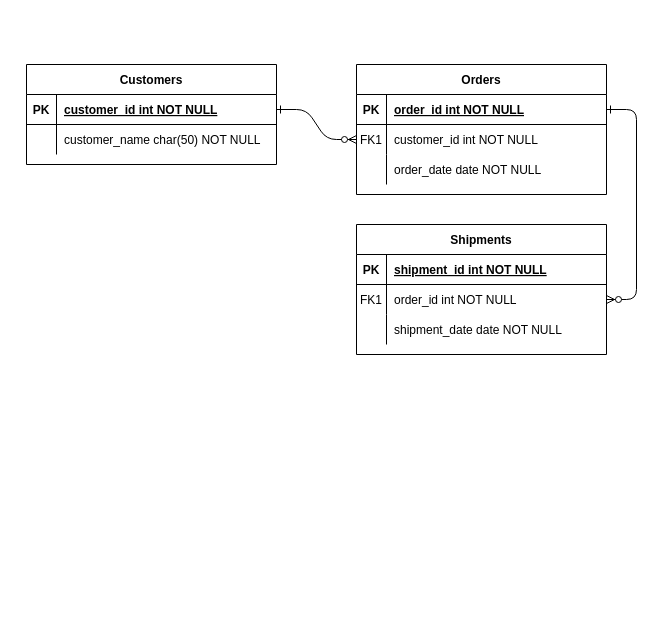
The draw.io diagram 주특기 숙련주차 과제2/제목 없는 다이어그램.drawio in misracis2/hanghae99, before the edit. Source tidied: cells renumbered, new cells numbered last; positions are measured from the earlier drawing's top-left corner, leaving out a move shared by most shapes. Both pictures are drawn from the tidied source at 100%, with x=0, y=0 at pixel (26, 64).
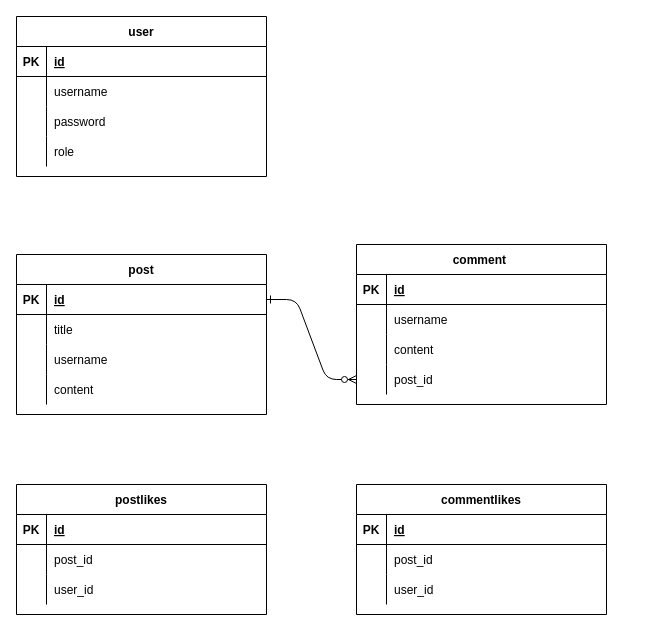
The same diagram, later.

Commit message:
주특기 주차 과제 ERD

The change refers to these unchanged cells:
```xml
<mxCell id="5" style="shape=partialRectangle;fillColor=none;points=[[0,0.5],[1,0.5]];portConstraint=eastwest;top=0;left=0;right=0;bottom=1;" parent="4" vertex="1">
  <mxGeometry y="30" width="250" height="30" as="geometry" />
</mxCell>
<mxCell id="8" style="shape=partialRectangle;fillColor=none;points=[[0,0.5],[1,0.5]];portConstraint=eastwest;top=0;left=0;right=0;bottom=0;" parent="4" vertex="1">
  <mxGeometry y="60" width="250" height="30" as="geometry" />
</mxCell>
<mxCell id="11" style="shape=partialRectangle;fillColor=none;top=0;left=0;right=0;bottom=0;" parent="4" vertex="1">
  <mxGeometry y="90" width="250" height="30" as="geometry" />
</mxCell>
<mxCell id="15" style="shape=partialRectangle;fillColor=none;top=0;left=0;right=0;bottom=1;" parent="14" vertex="1">
  <mxGeometry y="30" width="250" height="30" as="geometry" />
</mxCell>
<mxCell id="18" style="shape=partialRectangle;fillColor=none;points=[[0,0.5],[1,0.5]];portConstraint=eastwest;top=0;left=0;right=0;bottom=0;" parent="14" vertex="1">
  <mxGeometry y="60" width="250" height="30" as="geometry" />
</mxCell>
<mxCell id="21" style="shape=partialRectangle;fillColor=none;top=0;left=0;right=0;bottom=0;" parent="14" vertex="1">
  <mxGeometry y="90" width="250" height="30" as="geometry" />
</mxCell>
<mxCell id="25" style="shape=partialRectangle;fillColor=none;points=[[0,0.5],[1,0.5]];portConstraint=eastwest;top=0;left=0;right=0;bottom=1;" parent="24" vertex="1">
  <mxGeometry y="30" width="250" height="30" as="geometry" />
</mxCell>
<mxCell id="28" style="shape=partialRectangle;fillColor=none;top=0;left=0;right=0;bottom=0;" parent="24" vertex="1">
  <mxGeometry y="60" width="250" height="30" as="geometry" />
</mxCell>
```

What changed in the source:
```diff
@@
-    <mxCell id="2" style="edgeStyle=entityRelationEdgeStyle;endArrow=ERzeroToMany;startArrow=ERone;endFill=1;startFill=0;" parent="1" edge="1" source="25" target="8">
-      <mxGeometry relative="1" as="geometry" />
-    </mxCell>
-    <mxCell id="3" style="edgeStyle=entityRelationEdgeStyle;endArrow=ERzeroToMany;startArrow=ERone;endFill=1;startFill=0;" parent="1" edge="1" source="5" target="18">
+    <mxCell id="3" style="edgeStyle=entityRelationEdgeStyle;endArrow=ERzeroToMany;startArrow=ERone;endFill=1;startFill=0;exitX=1;exitY=0.5;exitDx=0;exitDy=0;" parent="1" edge="1" source="5" target="34">
       <mxGeometry relative="1" as="geometry" />
     </mxCell>
-    <mxCell id="4" value="Orders" style="shape=table;startSize=30;childLayout=tableLayout;rowLines=0;fontStyle=1;align=center;" parent="1" vertex="1">
-      <mxGeometry x="330" width="250" height="130" as="geometry" />
+    <mxCell id="4" value="post" style="shape=table;startSize=30;childLayout=tableLayout;rowLines=0;fontStyle=1;align=center;" parent="1" vertex="1">
+      <mxGeometry x="-10" y="190" width="250" height="160" as="geometry" />
     </mxCell>
@@
-    <mxCell id="7" value="order_id int NOT NULL " style="shape=partialRectangle;overflow=hidden;fillColor=none;top=0;left=0;bottom=0;right=0;align=left;spacingLeft=6;fontStyle=5;" parent="5" vertex="1">
+    <mxCell id="7" value="id" style="shape=partialRectangle;overflow=hidden;fillColor=none;top=0;left=0;bottom=0;right=0;align=left;spacingLeft=6;fontStyle=5;" parent="5" vertex="1">
       <mxGeometry x="30" width="220" height="30" as="geometry" />
     </mxCell>
@@
-    <mxCell id="9" value="FK1" style="shape=partialRectangle;overflow=hidden;fillColor=none;top=0;left=0;bottom=0;right=0;" parent="8" vertex="1">
+    <mxCell id="9" style="shape=partialRectangle;overflow=hidden;fillColor=none;top=0;left=0;bottom=0;right=0;" parent="8" vertex="1">
       <mxGeometry width="30" height="30" as="geometry" />
     </mxCell>
-    <mxCell id="10" value="customer_id int NOT NULL" style="shape=partialRectangle;overflow=hidden;fillColor=none;top=0;left=0;bottom=0;right=0;align=left;spacingLeft=6;" parent="8" vertex="1">
+    <mxCell id="10" value="title" style="shape=partialRectangle;overflow=hidden;fillColor=none;top=0;left=0;bottom=0;right=0;align=left;spacingLeft=6;" parent="8" vertex="1">
       <mxGeometry x="30" width="220" height="30" as="geometry" />
     </mxCell>
@@
-    <mxCell id="13" value="order_date date NOT NULL" style="shape=partialRectangle;overflow=hidden;fillColor=none;top=0;left=0;bottom=0;right=0;align=left;spacingLeft=6;" parent="11" vertex="1">
+    <mxCell id="13" value="username" style="shape=partialRectangle;overflow=hidden;fillColor=none;top=0;left=0;bottom=0;right=0;align=left;spacingLeft=6;" parent="11" vertex="1">
       <mxGeometry x="30" width="220" height="30" as="geometry" />
     </mxCell>
+    <mxCell id="31" style="shape=partialRectangle;fillColor=none;top=0;left=0;right=0;bottom=0;" parent="4" vertex="1">
+      <mxGeometry y="120" width="250" height="30" as="geometry" />
+    </mxCell>
+    <mxCell id="32" style="shape=partialRectangle;overflow=hidden;fillColor=none;top=0;left=0;bottom=0;right=0;" parent="31" vertex="1">
+      <mxGeometry width="30" height="30" as="geometry" />
+    </mxCell>
+    <mxCell id="33" value="content " style="shape=partialRectangle;overflow=hidden;fillColor=none;top=0;left=0;bottom=0;right=0;align=left;spacingLeft=6;" parent="31" vertex="1">
+      <mxGeometry x="30" width="220" height="30" as="geometry" />
+    </mxCell>
-    <mxCell id="14" value="Shipments" style="shape=table;startSize=30;childLayout=tableLayout;rowLines=0;fontStyle=1;align=center;" parent="1" vertex="1">
-      <mxGeometry x="330" y="160" width="250" height="130" as="geometry" />
+    <mxCell id="14" value="comment " style="shape=table;startSize=30;childLayout=tableLayout;rowLines=0;fontStyle=1;align=center;" parent="1" vertex="1">
+      <mxGeometry x="330" y="180" width="250" height="160" as="geometry" />
     </mxCell>
@@
-    <mxCell id="17" value="shipment_id int NOT NULL " style="shape=partialRectangle;overflow=hidden;fillColor=none;top=0;left=0;bottom=0;right=0;align=left;spacingLeft=6;fontStyle=5;" parent="15" vertex="1">
+    <mxCell id="17" value="id" style="shape=partialRectangle;overflow=hidden;fillColor=none;top=0;left=0;bottom=0;right=0;align=left;spacingLeft=6;fontStyle=5;" parent="15" vertex="1">
       <mxGeometry x="30" width="220" height="30" as="geometry" />
     </mxCell>
@@
-    <mxCell id="19" value="FK1" style="shape=partialRectangle;overflow=hidden;fillColor=none;top=0;left=0;bottom=0;right=0;" parent="18" vertex="1">
+    <mxCell id="19" style="shape=partialRectangle;overflow=hidden;fillColor=none;top=0;left=0;bottom=0;right=0;" parent="18" vertex="1">
       <mxGeometry width="30" height="30" as="geometry" />
     </mxCell>
-    <mxCell id="20" value="order_id int NOT NULL" style="shape=partialRectangle;overflow=hidden;fillColor=none;top=0;left=0;bottom=0;right=0;align=left;spacingLeft=6;" parent="18" vertex="1">
+    <mxCell id="20" value="username" style="shape=partialRectangle;overflow=hidden;fillColor=none;top=0;left=0;bottom=0;right=0;align=left;spacingLeft=6;" parent="18" vertex="1">
       <mxGeometry x="30" width="220" height="30" as="geometry" />
     </mxCell>
@@
-    <mxCell id="23" value="shipment_date date NOT NULL" style="shape=partialRectangle;overflow=hidden;fillColor=none;top=0;left=0;bottom=0;right=0;align=left;spacingLeft=6;" parent="21" vertex="1">
+    <mxCell id="23" value="content" style="shape=partialRectangle;overflow=hidden;fillColor=none;top=0;left=0;bottom=0;right=0;align=left;spacingLeft=6;" parent="21" vertex="1">
       <mxGeometry x="30" width="220" height="30" as="geometry" />
     </mxCell>
+    <mxCell id="34" style="shape=partialRectangle;fillColor=none;points=[[0,0.5],[1,0.5]];portConstraint=eastwest;top=0;left=0;right=0;bottom=0;" parent="14" vertex="1">
+      <mxGeometry y="120" width="250" height="30" as="geometry" />
+    </mxCell>
+    <mxCell id="35" style="shape=partialRectangle;overflow=hidden;fillColor=none;top=0;left=0;bottom=0;right=0;" parent="34" vertex="1">
+      <mxGeometry width="30" height="30" as="geometry" />
+    </mxCell>
+    <mxCell id="36" value="post_id" style="shape=partialRectangle;overflow=hidden;fillColor=none;top=0;left=0;bottom=0;right=0;align=left;spacingLeft=6;" parent="34" vertex="1">
+      <mxGeometry x="30" width="220" height="30" as="geometry" />
+    </mxCell>
-    <mxCell id="24" value="Customers" style="shape=table;startSize=30;childLayout=tableLayout;rowLines=0;fontStyle=1;align=center;" parent="1" vertex="1">
-      <mxGeometry width="250" height="100" as="geometry" />
+    <mxCell id="24" value="user" style="shape=table;startSize=30;childLayout=tableLayout;rowLines=0;fontStyle=1;align=center;" parent="1" vertex="1">
+      <mxGeometry x="-10" y="-48" width="250" height="160" as="geometry" />
     </mxCell>
@@
-    <mxCell id="27" value="customer_id int NOT NULL " style="shape=partialRectangle;overflow=hidden;fillColor=none;top=0;left=0;bottom=0;right=0;align=left;spacingLeft=6;fontStyle=5;" parent="25" vertex="1">
+    <mxCell id="27" value="id" style="shape=partialRectangle;overflow=hidden;fillColor=none;top=0;left=0;bottom=0;right=0;align=left;spacingLeft=6;fontStyle=5;" parent="25" vertex="1">
       <mxGeometry x="30" width="220" height="30" as="geometry" />
     </mxCell>
@@
-    <mxCell id="30" value="customer_name char(50) NOT NULL" style="shape=partialRectangle;overflow=hidden;fillColor=none;top=0;left=0;bottom=0;right=0;align=left;spacingLeft=6;" parent="28" vertex="1">
+    <mxCell id="30" value="username" style="shape=partialRectangle;overflow=hidden;fillColor=none;top=0;left=0;bottom=0;right=0;align=left;spacingLeft=6;" parent="28" vertex="1">
       <mxGeometry x="30" width="220" height="30" as="geometry" />
     </mxCell>
+    <mxCell id="37" style="shape=partialRectangle;fillColor=none;top=0;left=0;right=0;bottom=0;" parent="24" vertex="1">
+      <mxGeometry y="90" width="250" height="30" as="geometry" />
+    </mxCell>
+    <mxCell id="38" style="shape=partialRectangle;overflow=hidden;fillColor=none;top=0;left=0;bottom=0;right=0;" parent="37" vertex="1">
+      <mxGeometry width="30" height="30" as="geometry" />
+    </mxCell>
+    <mxCell id="39" value="password" style="shape=partialRectangle;overflow=hidden;fillColor=none;top=0;left=0;bottom=0;right=0;align=left;spacingLeft=6;" parent="37" vertex="1">
+      <mxGeometry x="30" width="220" height="30" as="geometry" />
+    </mxCell>
+    <mxCell id="40" style="shape=partialRectangle;fillColor=none;top=0;left=0;right=0;bottom=0;" parent="24" vertex="1">
+      <mxGeometry y="120" width="250" height="30" as="geometry" />
+    </mxCell>
+    <mxCell id="41" style="shape=partialRectangle;overflow=hidden;fillColor=none;top=0;left=0;bottom=0;right=0;" parent="40" vertex="1">
+      <mxGeometry width="30" height="30" as="geometry" />
+    </mxCell>
+    <mxCell id="42" value="role " style="shape=partialRectangle;overflow=hidden;fillColor=none;top=0;left=0;bottom=0;right=0;align=left;spacingLeft=6;" parent="40" vertex="1">
+      <mxGeometry x="30" width="220" height="30" as="geometry" />
+    </mxCell>
+    <mxCell id="43" value="postlikes" style="shape=table;startSize=30;childLayout=tableLayout;rowLines=0;fontStyle=1;align=center;" parent="1" vertex="1">
+      <mxGeometry x="-10" y="420" width="250" height="130" as="geometry" />
+    </mxCell>
+    <mxCell id="44" style="shape=partialRectangle;fillColor=none;top=0;left=0;right=0;bottom=1;" parent="43" vertex="1">
+      <mxGeometry y="30" width="250" height="30" as="geometry" />
+    </mxCell>
+    <mxCell id="45" value="PK" style="shape=partialRectangle;overflow=hidden;fillColor=none;top=0;left=0;bottom=0;right=0;fontStyle=1;" parent="44" vertex="1">
+      <mxGeometry width="30" height="30" as="geometry" />
+    </mxCell>
+    <mxCell id="46" value="id" style="shape=partialRectangle;overflow=hidden;fillColor=none;top=0;left=0;bottom=0;right=0;align=left;spacingLeft=6;fontStyle=5;" parent="44" vertex="1">
+      <mxGeometry x="30" width="220" height="30" as="geometry" />
+    </mxCell>
+    <mxCell id="47" style="shape=partialRectangle;fillColor=none;top=0;left=0;right=0;bottom=0;" parent="43" vertex="1">
+      <mxGeometry y="60" width="250" height="30" as="geometry" />
+    </mxCell>
+    <mxCell id="48" style="shape=partialRectangle;overflow=hidden;fillColor=none;top=0;left=0;bottom=0;right=0;" parent="47" vertex="1">
+      <mxGeometry width="30" height="30" as="geometry" />
+    </mxCell>
+    <mxCell id="49" value="post_id" style="shape=partialRectangle;overflow=hidden;fillColor=none;top=0;left=0;bottom=0;right=0;align=left;spacingLeft=6;" parent="47" vertex="1">
+      <mxGeometry x="30" width="220" height="30" as="geometry" />
+    </mxCell>
+    <mxCell id="50" style="shape=partialRectangle;fillColor=none;top=0;left=0;right=0;bottom=0;" parent="43" vertex="1">
+      <mxGeometry y="90" width="250" height="30" as="geometry" />
+    </mxCell>
+    <mxCell id="51" style="shape=partialRectangle;overflow=hidden;fillColor=none;top=0;left=0;bottom=0;right=0;" parent="50" vertex="1">
+      <mxGeometry width="30" height="30" as="geometry" />
+    </mxCell>
+    <mxCell id="52" value="user_id" style="shape=partialRectangle;overflow=hidden;fillColor=none;top=0;left=0;bottom=0;right=0;align=left;spacingLeft=6;" parent="50" vertex="1">
+      <mxGeometry x="30" width="220" height="30" as="geometry" />
+    </mxCell>
+    <mxCell id="53" value="commentlikes" style="shape=table;startSize=30;childLayout=tableLayout;rowLines=0;fontStyle=1;align=center;" parent="1" vertex="1">
+      <mxGeometry x="330" y="420" width="250" height="130" as="geometry" />
+    </mxCell>
+    <mxCell id="54" style="shape=partialRectangle;fillColor=none;top=0;left=0;right=0;bottom=1;" parent="53" vertex="1">
+      <mxGeometry y="30" width="250" height="30" as="geometry" />
+    </mxCell>
+    <mxCell id="55" value="PK" style="shape=partialRectangle;overflow=hidden;fillColor=none;top=0;left=0;bottom=0;right=0;fontStyle=1;" parent="54" vertex="1">
+      <mxGeometry width="30" height="30" as="geometry" />
+    </mxCell>
+    <mxCell id="56" value="id" style="shape=partialRectangle;overflow=hidden;fillColor=none;top=0;left=0;bottom=0;right=0;align=left;spacingLeft=6;fontStyle=5;" parent="54" vertex="1">
+      <mxGeometry x="30" width="220" height="30" as="geometry" />
+    </mxCell>
+    <mxCell id="57" style="shape=partialRectangle;fillColor=none;top=0;left=0;right=0;bottom=0;" parent="53" vertex="1">
+      <mxGeometry y="60" width="250" height="30" as="geometry" />
+    </mxCell>
+    <mxCell id="58" style="shape=partialRectangle;overflow=hidden;fillColor=none;top=0;left=0;bottom=0;right=0;" parent="57" vertex="1">
+      <mxGeometry width="30" height="30" as="geometry" />
+    </mxCell>
+    <mxCell id="59" value="post_id" style="shape=partialRectangle;overflow=hidden;fillColor=none;top=0;left=0;bottom=0;right=0;align=left;spacingLeft=6;" parent="57" vertex="1">
+      <mxGeometry x="30" width="220" height="30" as="geometry" />
+    </mxCell>
+    <mxCell id="60" style="shape=partialRectangle;fillColor=none;top=0;left=0;right=0;bottom=0;" parent="53" vertex="1">
+      <mxGeometry y="90" width="250" height="30" as="geometry" />
+    </mxCell>
+    <mxCell id="61" style="shape=partialRectangle;overflow=hidden;fillColor=none;top=0;left=0;bottom=0;right=0;" parent="60" vertex="1">
+      <mxGeometry width="30" height="30" as="geometry" />
+    </mxCell>
+    <mxCell id="62" value="user_id" style="shape=partialRectangle;overflow=hidden;fillColor=none;top=0;left=0;bottom=0;right=0;align=left;spacingLeft=6;" parent="60" vertex="1">
+      <mxGeometry x="30" width="220" height="30" as="geometry" />
+    </mxCell>
```
